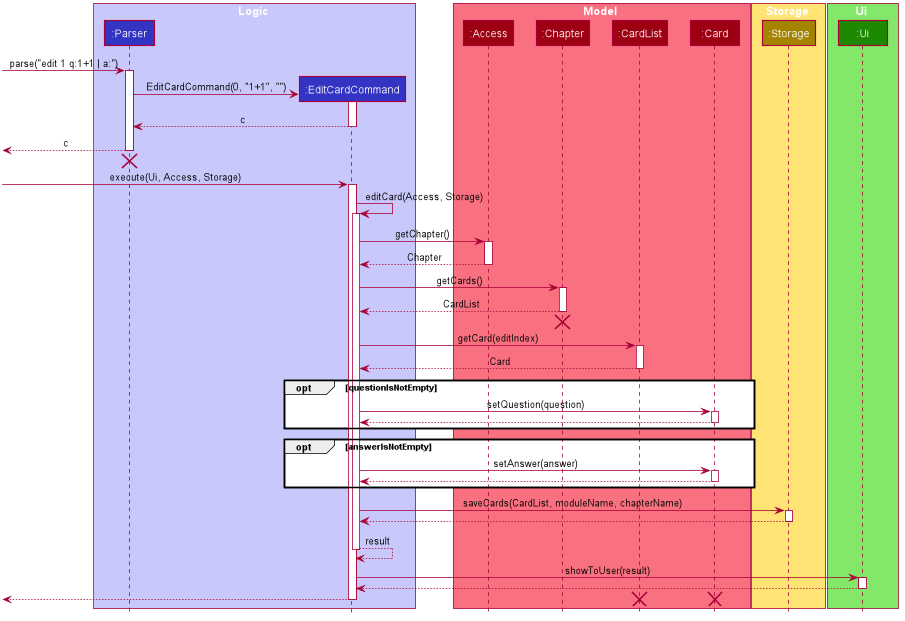
This is docs/DG_Images/EditCardSequenceDiagram.png from nus-cs2113-AY2021S1/tp, a PlantUML export, as it was before one commit.
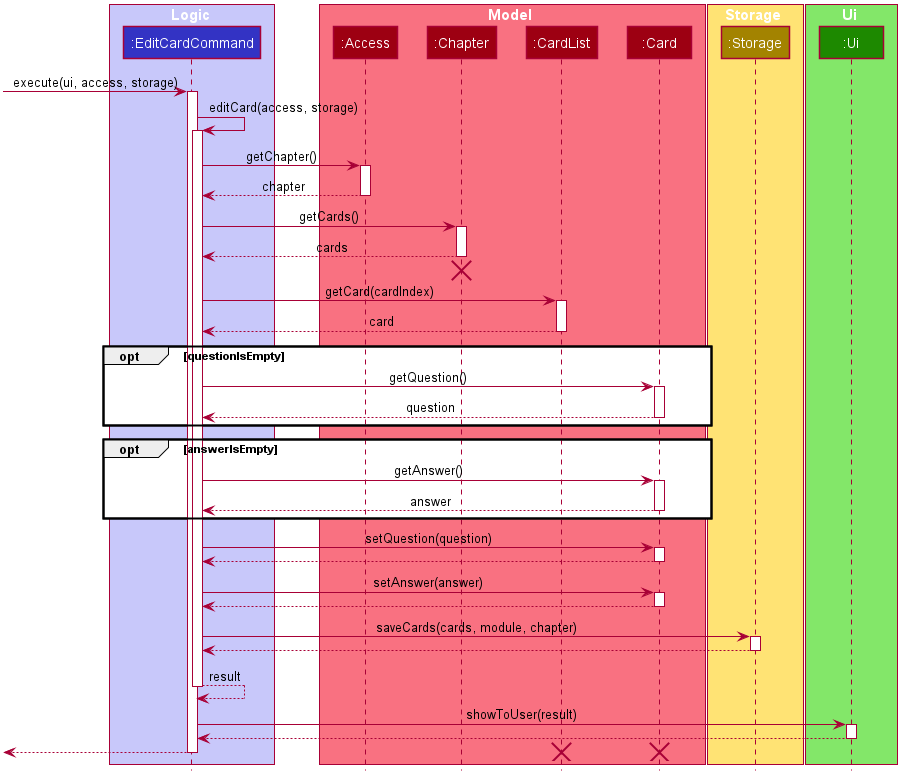
The same file after the commit.

Commit message:
Updated sequence diagrams

Change to the diagram source:
```diff
@@ -49,7 +49,6 @@
 hide circle
 
 box Logic #C8C8FA
-participant ":Parser" as Parser #3333C4
 participant ":EditCardCommand" as EditCardCommand #3333C4
 end box
 
@@ -68,64 +67,61 @@
 participant ":Ui" as Ui #1D8900
 end box
 
-[-> Parser : parse("edit 1 q:1+1 | a:")
-activate Parser
-
-create EditCardCommand
-Parser -> EditCardCommand : EditCardCommand(0, "1+1", "")
+[-> EditCardCommand : execute(ui, access, storage)
 activate EditCardCommand
 
-EditCardCommand --> Parser : c
-deactivate EditCardCommand
-
-[<-- Parser : c
-deactivate Parser
-[<-[hidden]- Parser
-destroy Parser
-
-[-> EditCardCommand : execute(Ui, Access, Storage)
-activate EditCardCommand
-
-EditCardCommand -> EditCardCommand : editCard(Access, Storage)
+EditCardCommand -> EditCardCommand : editCard(access, storage)
 activate EditCardCommand
 
 EditCardCommand -> Access : getChapter()
 activate Access
 
-Access --> EditCardCommand : Chapter
+Access --> EditCardCommand : chapter
 deactivate Access
 
 EditCardCommand -> Chapter : getCards()
 activate Chapter
 
-Chapter--> EditCardCommand : CardList
+Chapter--> EditCardCommand : cards
 deactivate Chapter
 [<-[hidden]- EditCardCommand
 destroy Chapter
 
-EditCardCommand -> CardList : getCard(editIndex)
+EditCardCommand -> CardList : getCard(cardIndex)
 activate CardList
 
-CardList --> EditCardCommand : Card
+CardList --> EditCardCommand : card
 deactivate CardList
 
-opt questionIsNotEmpty
+opt questionIsEmpty
+EditCardCommand -> Card : getQuestion()
+activate Card
+
+Card --> EditCardCommand : question
+deactivate Card
+end
+
+opt answerIsEmpty
+EditCardCommand -> Card : getAnswer()
+activate Card
+
+Card --> EditCardCommand : answer
+deactivate Card
+end
+
 EditCardCommand -> Card : setQuestion(question)
 activate Card
 
 Card --> EditCardCommand
 deactivate Card
-end
 
-opt answerIsNotEmpty
 EditCardCommand -> Card : setAnswer(answer)
 activate Card
 
 Card --> EditCardCommand
 deactivate Card
-end
 
-EditCardCommand -> Storage : saveCards(CardList, moduleName, chapterName)
+EditCardCommand -> Storage : saveCards(cards, module, chapter)
 activate Storage
 
 Storage --> EditCardCommand
```
